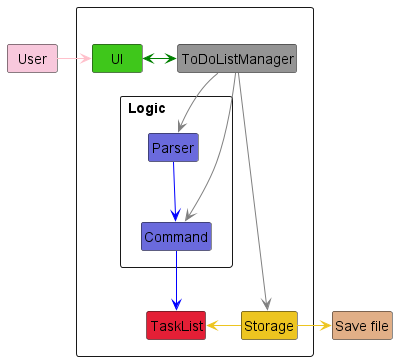
This is docs/images/ArchitectureDiagram.png from nus-cs2113-AY2223S2/tp, a PlantUML export, as it was before one commit.
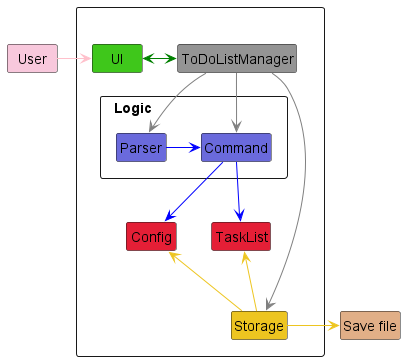
The same file after the commit.

The edit, as a diff of the source:
```diff
@@ -1,14 +1,16 @@
 @startuml
 !include Style.puml
+hide members
 
 Package " " <<Rectangle>>{
     Class UI COLOR_UI
-    Package "Logic\t\t" <<Rectangle>>{
+    Package "Logic\t\t\t\t" <<Rectangle>>{
     Class Parser COLOR_LOGIC
         Class Command COLOR_LOGIC
     }
     Class Storage COLOR_STORAGE
     Class TaskList COLOR_TASK_LIST
+    Class Config COLOR_TASK_LIST
     Class ToDoListManager COLOR_MAIN
 }
 
@@ -18,10 +20,12 @@
 User -[#pink]> UI
 UI <-[#green]> ToDoListManager
 ToDoListManager -[#grey]-> Parser
-Parser -[#blue]-> Command
+Parser -r[#blue]-> Command
 ToDoListManager -[#grey]-> Command
 Command -[#blue]-> TaskList
+Command -[#blue]-> Config
 ToDoListManager -[#grey]> Storage
-Storage -l[COLOR_STORAGE]> TaskList
+Storage -u[COLOR_STORAGE]-> TaskList
+Storage -u[COLOR_STORAGE]-> Config
 Storage -r[COLOR_STORAGE]> File
 @enduml
```
